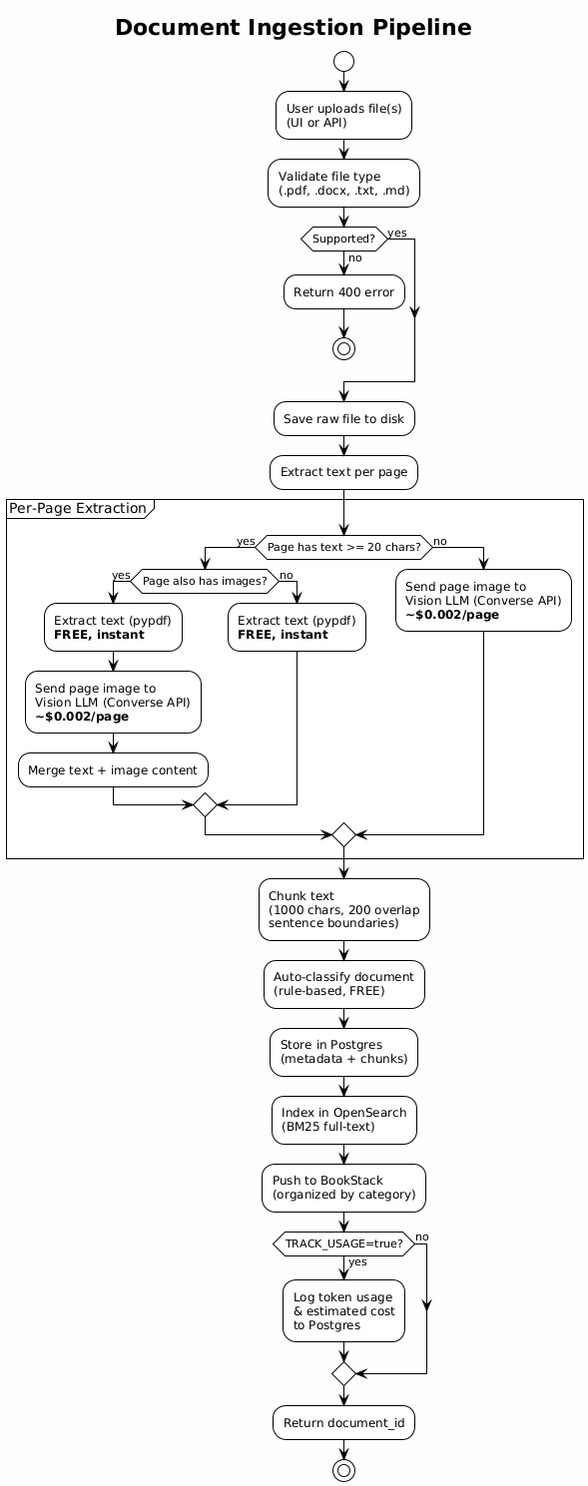
vampireLibrarianMonk/document_search keeps this PlantUML diagram as docs/diagrams/ingestion.png. Above is the earlier version. The source it was exported from:
```plantuml
@startuml ingestion
!theme plain
skinparam backgroundColor #FEFEFE

title Document Ingestion Pipeline

start

:User uploads file(s)\n(UI or API);

:Validate file type\n(.pdf, .docx, .txt, .md);

if (Supported?) then (yes)
else (no)
  :Return 400 error;
  stop
endif

:Save raw file to disk;

:Extract text per page;

partition "Per-Page Extraction" {
  if (Page has text >= 20 chars?) then (yes)
    if (Page also has images?) then (yes)
      :Extract text (pypdf)\n**FREE, instant**;
      :Send page image to\nVision LLM (Converse API)\n**~$0.002/page**;
      :Merge text + image content;
    else (no)
      :Extract text (pypdf)\n**FREE, instant**;
    endif
  else (no)
    :Send page image to\nVision LLM (Converse API)\n**~$0.002/page**;
  endif
}

:Chunk text\n(1000 chars, 200 overlap\nsentence boundaries);

:Auto-classify document\n(rule-based, FREE);

:Store in Postgres\n(metadata + chunks);

:Index in OpenSearch\n(BM25 full-text);

:Push to BookStack\n(organized by category);

if (TRACK_USAGE=true?) then (yes)
  :Log token usage\n& estimated cost\nto Postgres;
else (no)
endif

:Return document_id;

stop
@enduml
```
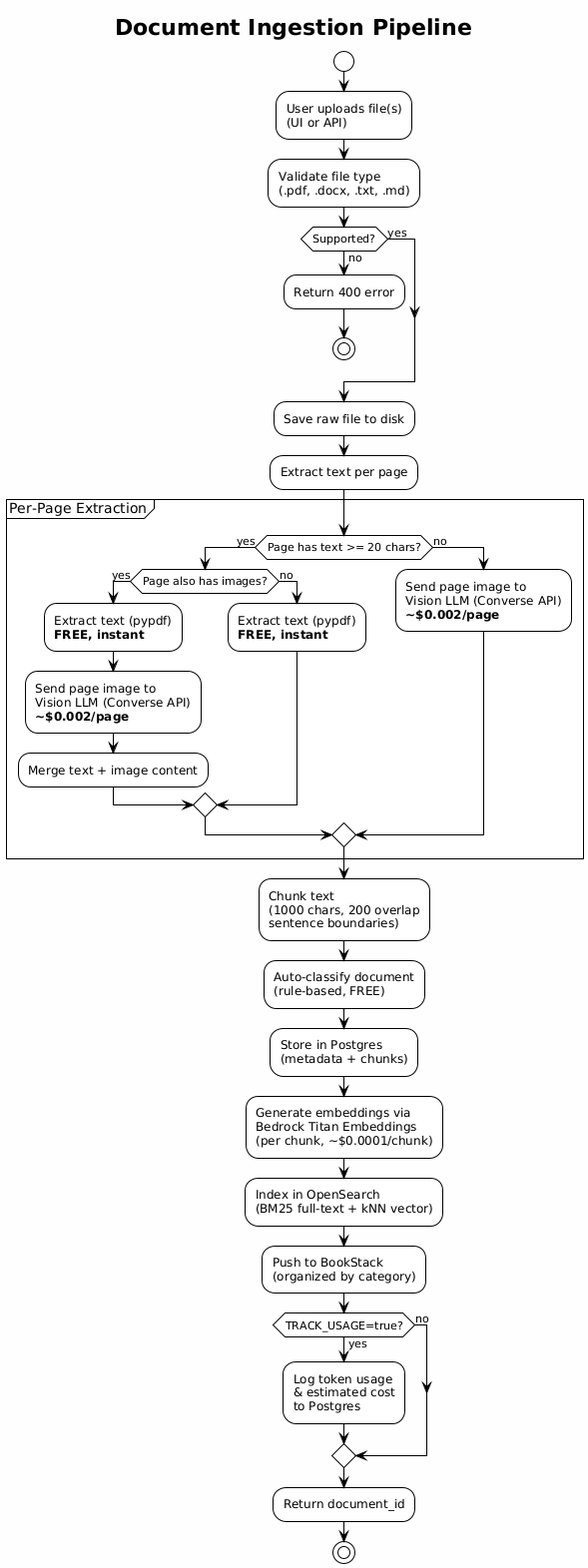
The same file after the commit.

What changed in the source:
```diff
@@ -40,7 +40,9 @@
 
 :Store in Postgres\n(metadata + chunks);
 
-:Index in OpenSearch\n(BM25 full-text);
+:Generate embeddings via\nBedrock Titan Embeddings\n(per chunk, ~$0.0001/chunk);
+
+:Index in OpenSearch\n(BM25 full-text + kNN vector);
 
 :Push to BookStack\n(organized by category);
 
```
